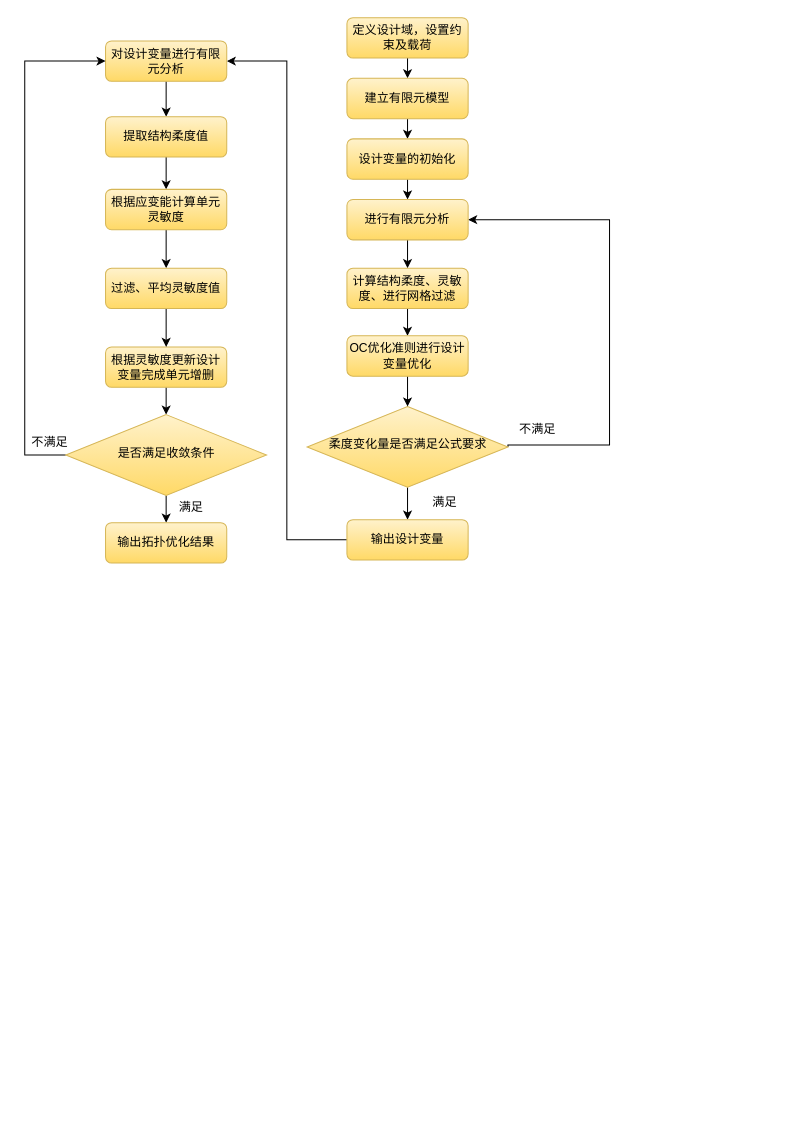
The draw.io diagram page "Page-1" (1 of 2) of 未命名绘图.drawio in 1078089635/BESO, before the edit. Source tidied: cells renumbered, new cells numbered last; positions are measured from the earlier drawing's top-left corner, leaving out a move shared by most shapes. Both pictures are drawn from the tidied source at 101%, with x=0, y=0 at pixel (19, 17).
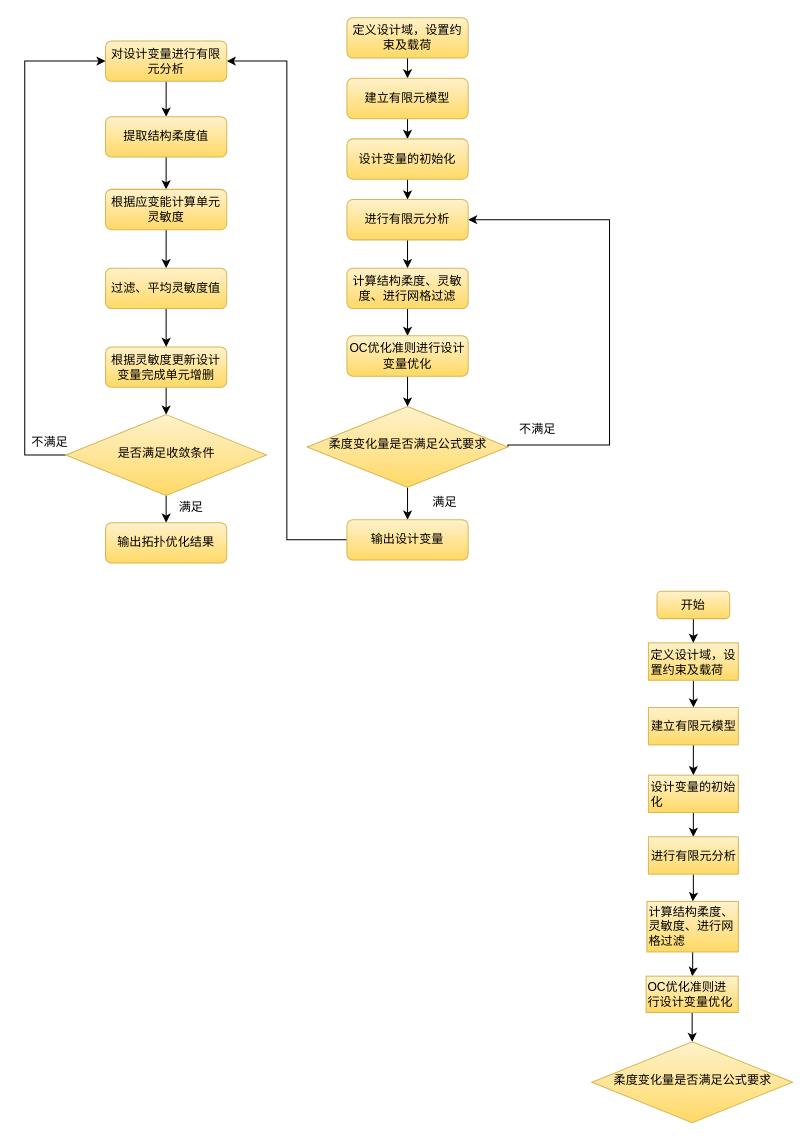
The same page after the edit.

Change to the diagram source:
```diff
@@
+    <mxCell id="37" style="edgeStyle=orthogonalEdgeStyle;rounded=0;jettySize=auto;html=1;" parent="1" edge="1" source="38" target="42">
+      <mxGeometry relative="1" as="geometry" />
+    </mxCell>
+    <mxCell id="38" value="定义设计域，设置约束及载荷" style="rounded=0;whiteSpace=wrap;html=1;gradientColor=#FFD966;fillColor=#FFF2CC;strokeColor=#D6B656;align=left;" parent="1" vertex="1">
+      <mxGeometry x="622.5" y="619" width="89" height="37" as="geometry" />
+    </mxCell>
+    <mxCell id="39" style="edgeStyle=orthogonalEdgeStyle;rounded=0;jettySize=auto;html=1;" parent="1" edge="1" source="40" target="38">
+      <mxGeometry relative="1" as="geometry" />
+    </mxCell>
+    <mxCell id="40" value="开始" style="rounded=1;whiteSpace=wrap;html=1;fontSize=12;glass=0;strokeWidth=1;shadow=0;fillColor=#fff2cc;strokeColor=#d6b656;gradientColor=#ffd966;" parent="1" vertex="1">
+      <mxGeometry x="631" y="568" width="72" height="27" as="geometry" />
+    </mxCell>
+    <mxCell id="41" style="edgeStyle=orthogonalEdgeStyle;rounded=0;jettySize=auto;html=1;" parent="1" edge="1" source="42" target="44">
+      <mxGeometry relative="1" as="geometry" />
+    </mxCell>
+    <mxCell id="42" value="建立有限元模型" style="rounded=0;whiteSpace=wrap;html=1;gradientColor=#FFD966;fillColor=#FFF2CC;strokeColor=#D6B656;" parent="1" vertex="1">
+      <mxGeometry x="622.5" y="683" width="89" height="37" as="geometry" />
+    </mxCell>
+    <mxCell id="43" style="edgeStyle=orthogonalEdgeStyle;rounded=0;jettySize=auto;html=1;" parent="1" edge="1" source="44" target="46">
+      <mxGeometry relative="1" as="geometry" />
+    </mxCell>
+    <mxCell id="44" value="设计变量的初始化" style="rounded=0;whiteSpace=wrap;html=1;gradientColor=#FFD966;fillColor=#FFF2CC;strokeColor=#D6B656;align=left;" parent="1" vertex="1">
+      <mxGeometry x="622.5" y="750" width="89" height="37" as="geometry" />
+    </mxCell>
+    <mxCell id="45" style="edgeStyle=orthogonalEdgeStyle;rounded=0;jettySize=auto;html=1;" parent="1" edge="1" source="46" target="48">
+      <mxGeometry relative="1" as="geometry" />
+    </mxCell>
+    <mxCell id="46" value="进行有限元分析" style="rounded=0;whiteSpace=wrap;html=1;gradientColor=#FFD966;fillColor=#FFF2CC;strokeColor=#D6B656;" parent="1" vertex="1">
+      <mxGeometry x="622.5" y="811" width="89" height="37" as="geometry" />
+    </mxCell>
+    <mxCell id="47" style="edgeStyle=orthogonalEdgeStyle;rounded=0;jettySize=auto;html=1;" parent="1" edge="1" source="48" target="50">
+      <mxGeometry relative="1" as="geometry" />
+    </mxCell>
+    <mxCell id="48" value="计算结构柔度、灵敏度、进行网格过滤" style="rounded=0;whiteSpace=wrap;html=1;gradientColor=#FFD966;fillColor=#FFF2CC;strokeColor=#D6B656;align=left;" parent="1" vertex="1">
+      <mxGeometry x="621" y="875" width="90.5" height="50" as="geometry" />
+    </mxCell>
+    <mxCell id="49" style="edgeStyle=orthogonalEdgeStyle;rounded=0;jettySize=auto;html=1;" parent="1" edge="1" source="50" target="51">
+      <mxGeometry relative="1" as="geometry" />
+    </mxCell>
+    <mxCell id="50" value="OC优化准则进行设计变量优化" style="rounded=0;whiteSpace=wrap;html=1;gradientColor=#FFD966;fillColor=#FFF2CC;strokeColor=#D6B656;align=left;" parent="1" vertex="1">
+      <mxGeometry x="620.2" y="949" width="91.2" height="36" as="geometry" />
+    </mxCell>
+    <mxCell id="51" value="柔度变化量是否满足公式要求" style="rhombus;whiteSpace=wrap;html=1;shadow=0;fontFamily=Helvetica;fontSize=12;align=center;strokeWidth=1;spacing=6;spacingTop=-4;fillColor=#fff2cc;gradientColor=#ffd966;strokeColor=#d6b656;" parent="1" vertex="1">
+      <mxGeometry x="566.5" y="1014" width="198.8" height="80" as="geometry" />
+    </mxCell>
```
